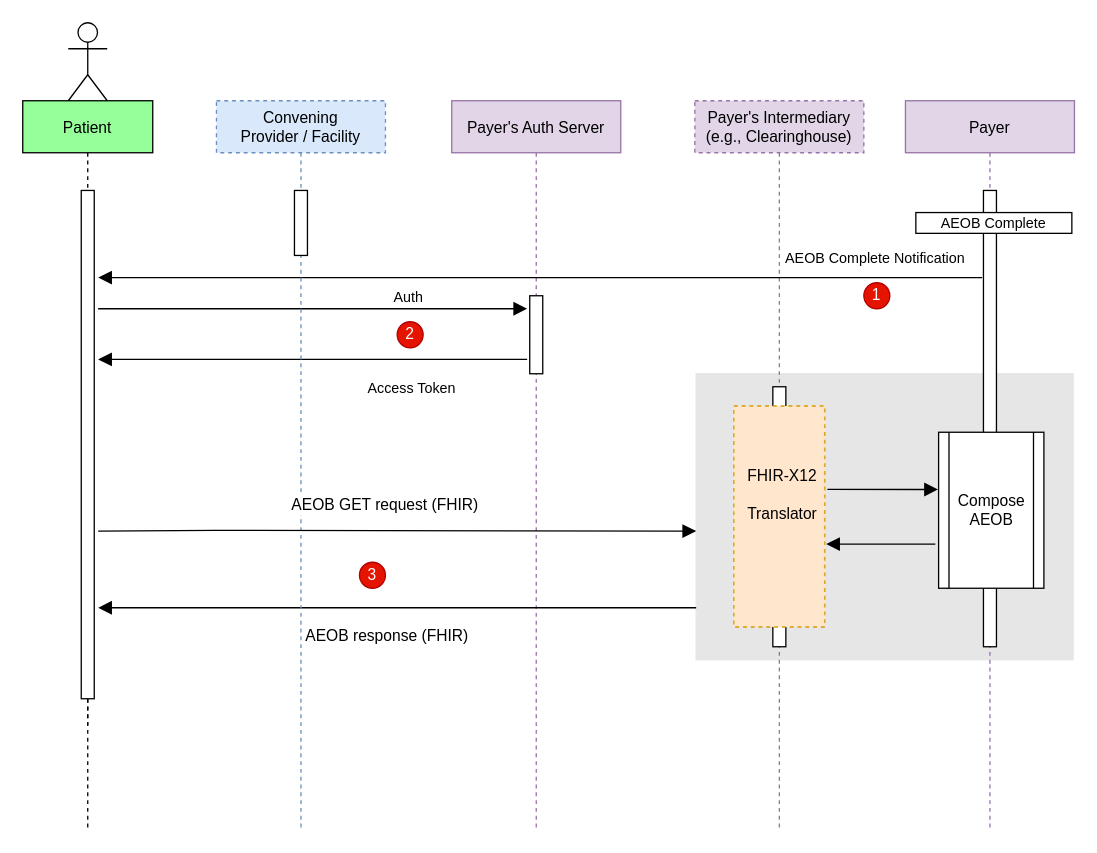
This is input/images/GetAEOB.drawio from HL7/davinci-pct, a draw.io file, before an edit. Source tidied: cells renumbered, new cells numbered last; positions are measured from the earlier drawing's top-left corner, leaving out a move shared by most shapes. Both pictures are drawn from the tidied source at 130%, with x=0, y=0 at pixel (22, 22).
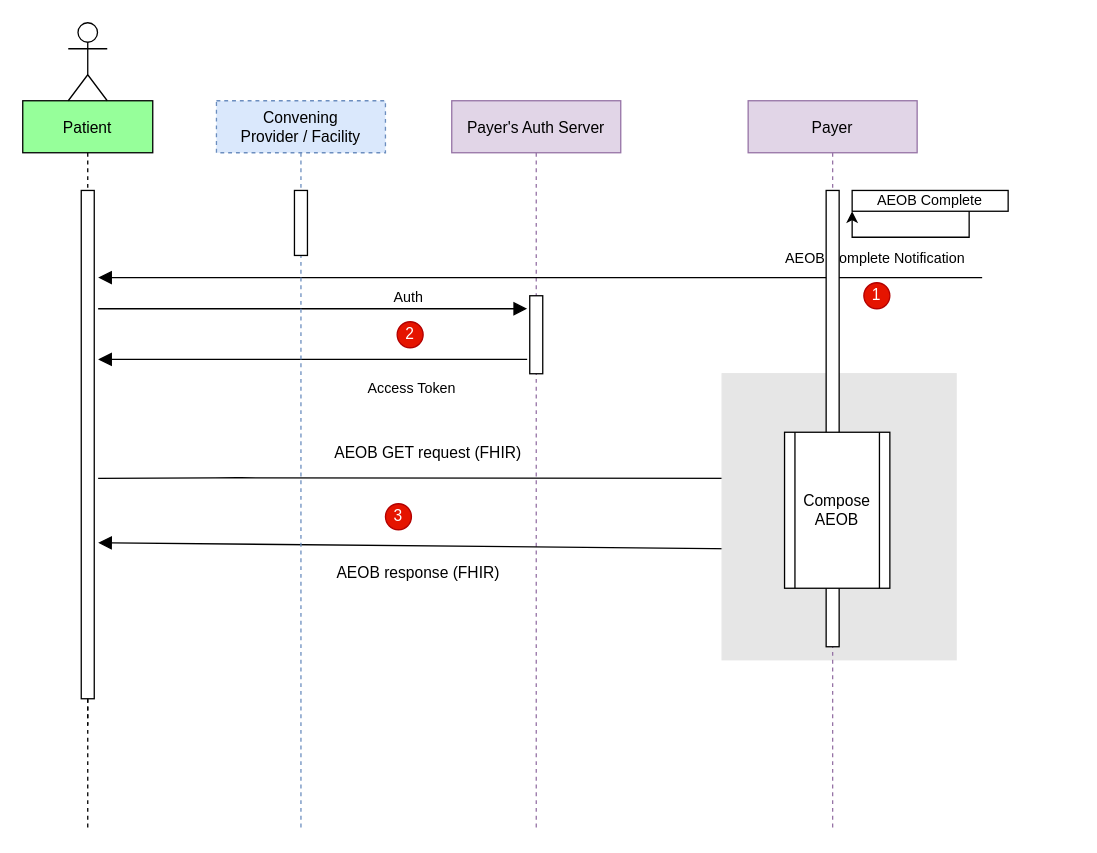
The same diagram, later.

Unchanged cells that the change refers to:
```xml
<mxCell id="4" value="Payer's Auth Server" style="shape=umlLifeline;perimeter=lifelinePerimeter;rounded=0;shadow=0;strokeWidth=1;fillColor=#e1d5e7;strokeColor=#9673a6;" parent="1" vertex="1">
  <mxGeometry x="330" y="60" width="130" height="560" as="geometry" />
</mxCell>
```

What changed in the source:
```diff
@@
+    <mxCell id="27" style="verticalAlign=bottom;endArrow=block;shadow=0;strokeWidth=1;labelBackgroundColor=none;endSize=8;exitX=0;exitY=0.75;exitDx=0;exitDy=0;" parent="4" edge="1" source="18">
+      <mxGeometry x="0.02" y="-7" relative="1" as="geometry">
+        <mxPoint x="-272" y="340" as="targetPoint" />
+      </mxGeometry>
+    </mxCell>
+    <mxCell id="28" value="&lt;span style=&quot;font-size: 12px&quot;&gt;AEOB response (FHIR)&lt;/span&gt;" style="edgeLabel;html=1;align=center;verticalAlign=bottom;labelPosition=center;verticalLabelPosition=top;" parent="27" vertex="1">
+      <mxGeometry x="0.32" y="-4" relative="1" as="geometry">
+        <mxPoint x="65" y="34" as="offset" />
+      </mxGeometry>
+    </mxCell>
+    <mxCell id="31" value="AEOB GET request (FHIR)" style="verticalAlign=bottom;endArrow=block;shadow=0;strokeWidth=1;endSize=8;fontSize=12;entryX=0.025;entryY=0.296;entryDx=0;entryDy=0;entryPerimeter=0;" parent="4" edge="1" target="18">
+      <mxGeometry x="-0.04" y="10" relative="1" as="geometry">
+        <mxPoint x="-272" y="290.5" as="sourcePoint" />
+        <Array as="points">
+          <mxPoint x="-172" y="290" />
+        </Array>
+      </mxGeometry>
+    </mxCell>
@@
     <mxCell id="10" style="perimeter=orthogonalPerimeter;rounded=0;shadow=0;strokeWidth=1;fillColor=#E6E6E6;strokeColor=#E6E6E6;" parent="1" vertex="1">
-      <mxGeometry x="518" y="270" width="290" height="220" as="geometry" />
+      <mxGeometry x="538" y="270" width="180" height="220" as="geometry" />
     </mxCell>
-    <mxCell id="11" value="Payer's Intermediary&#10;(e.g., Clearinghouse)" style="shape=umlLifeline;perimeter=lifelinePerimeter;rounded=0;shadow=0;strokeWidth=1;fillColor=#e1d5e7;strokeColor=#9673a6;dashed=1;" parent="1" vertex="1">
-      <mxGeometry x="517" y="60" width="130" height="560" as="geometry" />
-    </mxCell>
-    <mxCell id="12" style="perimeter=orthogonalPerimeter;rounded=0;shadow=0;strokeWidth=1;" parent="11" vertex="1">
-      <mxGeometry x="60" y="220" width="10" height="200" as="geometry" />
-    </mxCell>
     <mxCell id="13" value="Payer" style="shape=umlLifeline;perimeter=lifelinePerimeter;rounded=0;shadow=0;strokeWidth=1;fillColor=#e1d5e7;strokeColor=#9673a6;" parent="1" vertex="1">
-      <mxGeometry x="679" y="60" width="130" height="560" as="geometry" />
+      <mxGeometry x="558" y="60" width="130" height="560" as="geometry" />
     </mxCell>
-    <mxCell id="14" style="perimeter=orthogonalPerimeter;rounded=0;shadow=0;strokeWidth=1;" parent="13" vertex="1">
-      <mxGeometry x="60" y="69" width="10" height="351" as="geometry" />
-    </mxCell>
-    <mxCell id="15" style="group;" parent="1" vertex="1">
-      <mxGeometry x="549" y="298" width="70" height="170" as="geometry" />
-    </mxCell>
-    <mxCell id="16" style="rounded=0;whiteSpace=wrap;html=1;fillColor=#ffe6cc;strokeColor=#d79b00;dashed=1;" parent="15" vertex="1">
-      <mxGeometry x="-2" y="-3.2" width="70" height="170" as="geometry" />
-    </mxCell>
-    <mxCell id="17" value="&lt;font style=&quot;font-size: 12px ; font-weight: normal&quot;&gt;FHIR-X12&lt;br&gt;Translator&lt;/font&gt;" style="text;strokeColor=none;fillColor=none;html=1;fontSize=24;fontStyle=1;verticalAlign=middle;align=center;" parent="15" vertex="1">
-      <mxGeometry y="32.2" width="70" height="56.7" as="geometry" />
-    </mxCell>
-    <mxCell id="18" value="Compose AEOB" style="shape=process;whiteSpace=wrap;html=1;backgroundOutline=1;" parent="1" vertex="1">
-      <mxGeometry x="704.5" y="315" width="81" height="120" as="geometry" />
-    </mxCell>
@@
-    <mxCell id="20" style="verticalAlign=bottom;endArrow=block;shadow=0;strokeWidth=1;labelBackgroundColor=none;entryX=-0.006;entryY=0.367;entryDx=0;entryDy=0;entryPerimeter=0;endSize=8;" parent="1" edge="1" target="18">
-      <mxGeometry x="0.08" y="8" relative="1" as="geometry">
-        <mxPoint x="619" y="359" as="sourcePoint" />
-      </mxGeometry>
-    </mxCell>
-    <mxCell id="21" style="verticalAlign=bottom;endArrow=block;shadow=0;strokeWidth=1;labelBackgroundColor=none;endSize=8;" parent="1" edge="1">
-      <mxGeometry x="0.02" y="-7" relative="1" as="geometry">
-        <mxPoint x="702" y="401" as="sourcePoint" />
-        <mxPoint x="618" y="401" as="targetPoint" />
-      </mxGeometry>
-    </mxCell>
     <mxCell id="22" value="3" style="ellipse;whiteSpace=wrap;html=1;fillColor=#e51400;strokeColor=#B20000;fontColor=#ffffff;" parent="1" vertex="1">
-      <mxGeometry x="259" y="415" width="20" height="20" as="geometry" />
+      <mxGeometry x="279" y="370" width="20" height="20" as="geometry" />
     </mxCell>
-    <mxCell id="23" value="&lt;font style=&quot;font-size: 11px&quot;&gt;AEOB Complete&lt;/font&gt;" style="rounded=0;whiteSpace=wrap;html=1;" parent="1" vertex="1">
-      <mxGeometry x="687" y="146" width="120" height="16" as="geometry" />
-    </mxCell>
@@
-    <mxCell id="27" style="verticalAlign=bottom;endArrow=block;shadow=0;strokeWidth=1;labelBackgroundColor=none;endSize=8;" parent="1" edge="1">
-      <mxGeometry x="0.02" y="-7" relative="1" as="geometry">
-        <mxPoint x="518" y="450" as="sourcePoint" />
-        <mxPoint x="58" y="450" as="targetPoint" />
-      </mxGeometry>
-    </mxCell>
-    <mxCell id="28" value="&lt;span style=&quot;font-size: 12px&quot;&gt;AEOB response (FHIR)&lt;/span&gt;" style="edgeLabel;html=1;align=center;verticalAlign=bottom;labelPosition=center;verticalLabelPosition=top;" parent="27" vertex="1">
-      <mxGeometry x="0.32" y="-4" relative="1" as="geometry">
-        <mxPoint x="65" y="34" as="offset" />
-      </mxGeometry>
-    </mxCell>
@@
-    <mxCell id="31" value="AEOB GET request (FHIR)" style="verticalAlign=bottom;endArrow=block;shadow=0;strokeWidth=1;endSize=8;fontSize=12;" parent="1" edge="1">
-      <mxGeometry x="-0.04" y="10" relative="1" as="geometry">
-        <mxPoint x="58" y="391" as="sourcePoint" />
-        <mxPoint x="518" y="391" as="targetPoint" />
-        <Array as="points">
-          <mxPoint x="158" y="390.5" />
-        </Array>
-      </mxGeometry>
-    </mxCell>
+    <mxCell id="14" style="perimeter=orthogonalPerimeter;rounded=0;shadow=0;strokeWidth=1;" parent="1" vertex="1">
+      <mxGeometry x="618" y="129" width="10" height="351" as="geometry" />
+    </mxCell>
+    <mxCell id="18" value="Compose AEOB" style="shape=process;whiteSpace=wrap;html=1;backgroundOutline=1;" parent="1" vertex="1">
+      <mxGeometry x="586" y="315" width="81" height="120" as="geometry" />
+    </mxCell>
+    <mxCell id="23" value="&lt;font style=&quot;font-size: 11px&quot;&gt;AEOB Complete&lt;/font&gt;" style="rounded=0;whiteSpace=wrap;html=1;" parent="1" vertex="1">
+      <mxGeometry x="638" y="129" width="120" height="16" as="geometry" />
+    </mxCell>
+    <mxCell id="32" style="edgeStyle=orthogonalEdgeStyle;rounded=0;orthogonalLoop=1;jettySize=auto;html=1;exitX=0.75;exitY=1;exitDx=0;exitDy=0;entryX=0;entryY=1;entryDx=0;entryDy=0;" parent="1" edge="1" source="23" target="23">
+      <mxGeometry relative="1" as="geometry" />
+    </mxCell>
```
